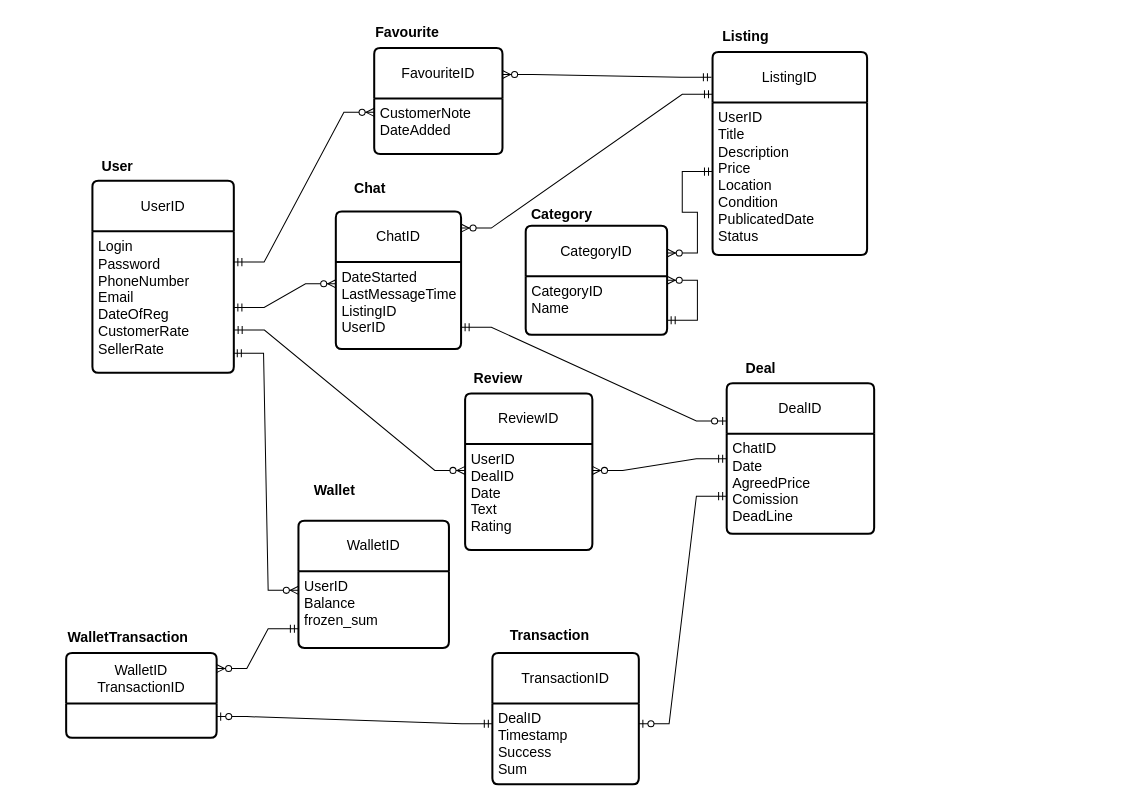
The draw.io diagram ER_diagram.drawio in ilmirbl4/Online_sales_service_db, before the edit. Source tidied: cells renumbered, new cells numbered last; positions are measured from the earlier drawing's top-left corner, leaving out a move shared by most shapes. Both pictures are drawn from the tidied source at 101%, with x=0, y=0 at pixel (56, 17).
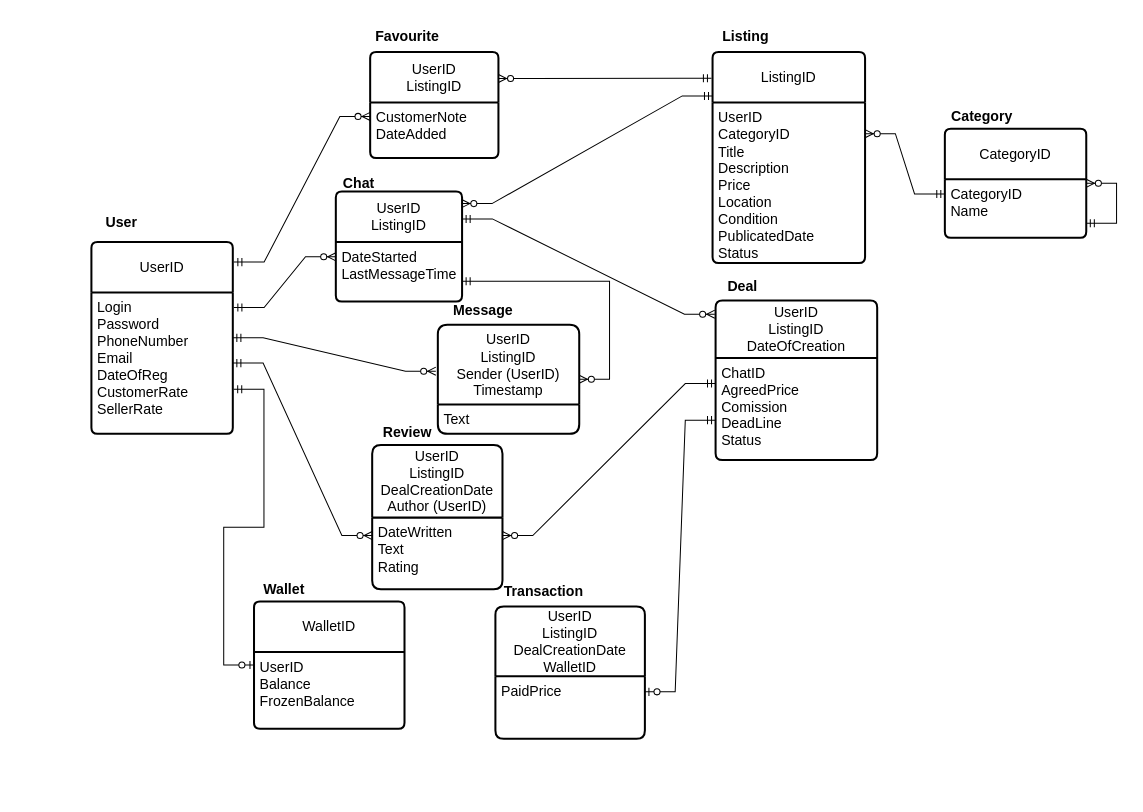
The same page after the edit.

Unchanged cells that the change refers to:
```xml
<mxCell id="3" value="&lt;font style=&quot;font-size: 14px;&quot;&gt;Login&lt;/font&gt;&lt;div&gt;&lt;font style=&quot;font-size: 14px;&quot;&gt;Password&lt;/font&gt;&lt;/div&gt;&lt;div&gt;&lt;font style=&quot;font-size: 14px;&quot;&gt;PhoneNumber&lt;/font&gt;&lt;/div&gt;&lt;div&gt;&lt;font style=&quot;font-size: 14px;&quot;&gt;Email&lt;/font&gt;&lt;/div&gt;&lt;div&gt;&lt;font style=&quot;font-size: 14px;&quot;&gt;DateOfReg&lt;/font&gt;&lt;/div&gt;&lt;div&gt;&lt;font style=&quot;font-size: 14px;&quot;&gt;CustomerRate&lt;/font&gt;&lt;/div&gt;&lt;div&gt;&lt;font style=&quot;font-size: 14px;&quot;&gt;SellerRate&lt;/font&gt;&lt;/div&gt;&lt;div&gt;&lt;br&gt;&lt;/div&gt;" style="align=left;strokeColor=none;fillColor=none;spacingLeft=4;spacingRight=4;fontSize=12;verticalAlign=top;html=1;whiteSpace=wrap;" parent="2" vertex="1">
  <mxGeometry y="50" width="140" height="140" as="geometry" />
</mxCell>
<mxCell id="41" value="&lt;span style=&quot;font-size: 14px;&quot;&gt;CategoryID&lt;/span&gt;&lt;div&gt;&lt;span style=&quot;font-size: 14px;&quot;&gt;Name&lt;/span&gt;&lt;/div&gt;" style="align=left;strokeColor=none;fillColor=none;spacingLeft=4;spacingRight=4;fontSize=12;verticalAlign=top;html=1;whiteSpace=wrap;" parent="40" vertex="1">
  <mxGeometry y="50" width="140" height="58" as="geometry" />
</mxCell>
```

Diff of the diagram source:
```diff
@@
     <mxCell id="2" value="UserID" style="swimlane;horizontal=1;startSize=50;rounded=1;fontSize=14;fontStyle=0;strokeWidth=2;shadow=0;dashed=0;align=center;arcSize=4;whiteSpace=wrap;html=1;" parent="1" vertex="1">
-      <mxGeometry x="36" y="161.5" width="140" height="190" as="geometry" />
+      <mxGeometry x="35" y="222" width="140" height="190" as="geometry" />
     </mxCell>
@@
     <mxCell id="4" value="&lt;b&gt;&lt;font style=&quot;font-size: 14px;&quot;&gt;User&lt;/font&gt;&lt;/b&gt;" style="text;html=1;whiteSpace=wrap;strokeColor=none;fillColor=none;align=center;verticalAlign=middle;rounded=0;" parent="1" vertex="1">
-      <mxGeometry x="31" y="131.5" width="60" height="30" as="geometry" />
+      <mxGeometry x="35" y="188" width="60" height="30" as="geometry" />
     </mxCell>
     <mxCell id="5" value="ListingID" style="swimlane;horizontal=1;startSize=50;rounded=1;fontSize=14;fontStyle=0;strokeWidth=2;shadow=0;dashed=0;align=center;arcSize=4;whiteSpace=wrap;html=1;" parent="1" vertex="1">
-      <mxGeometry x="650" y="34" width="153" height="201" as="geometry" />
+      <mxGeometry x="650" y="34" width="151" height="209" as="geometry" />
     </mxCell>
-    <mxCell id="6" value="&lt;font style=&quot;font-size: 14px;&quot;&gt;UserID&lt;/font&gt;&lt;div&gt;&lt;font style=&quot;font-size: 14px;&quot;&gt;Title&lt;/font&gt;&lt;/div&gt;&lt;div&gt;&lt;font style=&quot;font-size: 14px;&quot;&gt;Description&lt;/font&gt;&lt;/div&gt;&lt;div&gt;&lt;font style=&quot;font-size: 14px;&quot;&gt;Price&lt;/font&gt;&lt;/div&gt;&lt;div&gt;&lt;font style=&quot;font-size: 14px;&quot;&gt;Location&lt;/font&gt;&lt;/div&gt;&lt;div&gt;&lt;font style=&quot;font-size: 14px;&quot;&gt;Condition&lt;/font&gt;&lt;/div&gt;&lt;div&gt;&lt;font style=&quot;font-size: 14px;&quot;&gt;PublicatedDate&lt;/font&gt;&lt;/div&gt;&lt;div&gt;&lt;span style=&quot;font-size: 14px;&quot;&gt;Status&lt;/span&gt;&lt;/div&gt;" style="align=left;strokeColor=none;fillColor=none;spacingLeft=4;spacingRight=4;fontSize=12;verticalAlign=top;html=1;whiteSpace=wrap;" parent="5" vertex="1">
-      <mxGeometry y="50" width="153" height="151" as="geometry" />
+    <mxCell id="6" value="&lt;font style=&quot;font-size: 14px;&quot;&gt;UserID&lt;/font&gt;&lt;div&gt;&lt;span style=&quot;font-size: 14px;&quot;&gt;CategoryID&lt;br&gt;&lt;/span&gt;&lt;div&gt;&lt;font style=&quot;font-size: 14px;&quot;&gt;Title&lt;/font&gt;&lt;/div&gt;&lt;div&gt;&lt;font style=&quot;font-size: 14px;&quot;&gt;Description&lt;/font&gt;&lt;/div&gt;&lt;div&gt;&lt;font style=&quot;font-size: 14px;&quot;&gt;Price&lt;/font&gt;&lt;/div&gt;&lt;div&gt;&lt;font style=&quot;font-size: 14px;&quot;&gt;Location&lt;/font&gt;&lt;/div&gt;&lt;div&gt;&lt;font style=&quot;font-size: 14px;&quot;&gt;Condition&lt;/font&gt;&lt;/div&gt;&lt;div&gt;&lt;font style=&quot;font-size: 14px;&quot;&gt;PublicatedDate&lt;/font&gt;&lt;/div&gt;&lt;div&gt;&lt;span style=&quot;font-size: 14px;&quot;&gt;Status&lt;/span&gt;&lt;/div&gt;&lt;/div&gt;" style="align=left;strokeColor=none;fillColor=none;spacingLeft=4;spacingRight=4;fontSize=12;verticalAlign=top;html=1;whiteSpace=wrap;" parent="5" vertex="1">
+      <mxGeometry y="50" width="151" height="159" as="geometry" />
     </mxCell>
@@
-    <mxCell id="8" value="FavouriteID" style="swimlane;horizontal=1;startSize=50;rounded=1;fontSize=14;fontStyle=0;strokeWidth=2;shadow=0;dashed=0;align=center;arcSize=4;whiteSpace=wrap;html=1;" parent="1" vertex="1">
-      <mxGeometry x="315" y="30" width="127" height="105" as="geometry" />
+    <mxCell id="8" value="UserID&lt;div&gt;ListingID&lt;/div&gt;" style="swimlane;horizontal=1;startSize=50;rounded=1;fontSize=14;fontStyle=0;strokeWidth=2;shadow=0;dashed=0;align=center;arcSize=4;whiteSpace=wrap;html=1;" parent="1" vertex="1">
+      <mxGeometry x="311" y="34" width="127" height="105" as="geometry" />
     </mxCell>
@@
     <mxCell id="10" value="&lt;b&gt;&lt;font style=&quot;font-size: 14px;&quot;&gt;Favourite&lt;/font&gt;&lt;/b&gt;" style="text;html=1;whiteSpace=wrap;strokeColor=none;fillColor=none;align=center;verticalAlign=middle;rounded=0;" parent="1" vertex="1">
-      <mxGeometry x="318" width="60" height="30" as="geometry" />
+      <mxGeometry x="318" y="4" width="60" height="30" as="geometry" />
     </mxCell>
-    <mxCell id="11" value="ChatID" style="swimlane;horizontal=1;startSize=50;rounded=1;fontSize=14;fontStyle=0;strokeWidth=2;shadow=0;dashed=0;align=center;arcSize=4;whiteSpace=wrap;html=1;" parent="1" vertex="1">
-      <mxGeometry x="277" y="192" width="124" height="136" as="geometry" />
+    <mxCell id="11" value="UserID&lt;div&gt;ListingID&lt;/div&gt;" style="swimlane;horizontal=1;startSize=50;rounded=1;fontSize=14;fontStyle=0;strokeWidth=2;shadow=0;dashed=0;align=center;arcSize=4;whiteSpace=wrap;html=1;" parent="1" vertex="1">
+      <mxGeometry x="277" y="172" width="125" height="109" as="geometry" />
     </mxCell>
-    <mxCell id="12" value="&lt;span style=&quot;font-size: 14px;&quot;&gt;DateStarted&lt;/span&gt;&lt;div&gt;&lt;span style=&quot;font-size: 14px;&quot;&gt;LastMessageTime&lt;/span&gt;&lt;/div&gt;&lt;div&gt;&lt;span style=&quot;font-size: 14px;&quot;&gt;ListingID&lt;/span&gt;&lt;/div&gt;&lt;div&gt;&lt;span style=&quot;font-size: 14px;&quot;&gt;UserID&lt;/span&gt;&lt;/div&gt;" style="align=left;strokeColor=none;fillColor=none;spacingLeft=4;spacingRight=4;fontSize=12;verticalAlign=top;html=1;whiteSpace=wrap;" parent="11" vertex="1">
-      <mxGeometry y="50" width="124" height="86" as="geometry" />
+    <mxCell id="12" value="&lt;span style=&quot;font-size: 14px;&quot;&gt;DateStarted&lt;/span&gt;&lt;div&gt;&lt;span style=&quot;font-size: 14px;&quot;&gt;LastMessageTime&lt;/span&gt;&lt;/div&gt;&lt;div&gt;&lt;br&gt;&lt;/div&gt;" style="align=left;strokeColor=none;fillColor=none;spacingLeft=4;spacingRight=4;fontSize=12;verticalAlign=top;html=1;whiteSpace=wrap;" parent="11" vertex="1">
+      <mxGeometry y="50" width="125" height="59" as="geometry" />
     </mxCell>
     <mxCell id="13" value="&lt;b&gt;&lt;font style=&quot;font-size: 14px;&quot;&gt;Chat&lt;/font&gt;&lt;/b&gt;" style="text;html=1;whiteSpace=wrap;strokeColor=none;fillColor=none;align=center;verticalAlign=middle;rounded=0;" parent="1" vertex="1">
-      <mxGeometry x="281" y="154" width="60" height="30" as="geometry" />
+      <mxGeometry x="270" y="149" width="60" height="30" as="geometry" />
     </mxCell>
     <mxCell id="14" value="&lt;b&gt;&lt;font style=&quot;font-size: 14px;&quot;&gt;Deal&lt;/font&gt;&lt;/b&gt;" style="text;html=1;whiteSpace=wrap;strokeColor=none;fillColor=none;align=center;verticalAlign=middle;rounded=0;" parent="1" vertex="1">
-      <mxGeometry x="668" y="332" width="60" height="30" as="geometry" />
+      <mxGeometry x="650" y="251" width="60" height="30" as="geometry" />
     </mxCell>
-    <mxCell id="15" value="DealID" style="swimlane;horizontal=1;startSize=50;rounded=1;fontSize=14;fontStyle=0;strokeWidth=2;shadow=0;dashed=0;align=center;arcSize=4;whiteSpace=wrap;html=1;" parent="1" vertex="1">
-      <mxGeometry x="664" y="362" width="146" height="149" as="geometry" />
+    <mxCell id="15" value="UserID&lt;div&gt;ListingID&lt;/div&gt;&lt;div&gt;DateOfCreation&lt;/div&gt;" style="swimlane;horizontal=1;startSize=57;rounded=1;fontSize=14;fontStyle=0;strokeWidth=2;shadow=0;dashed=0;align=center;arcSize=4;whiteSpace=wrap;html=1;" parent="1" vertex="1">
+      <mxGeometry x="653" y="280" width="160" height="158" as="geometry" />
     </mxCell>
-    <mxCell id="16" value="&lt;div&gt;&lt;span style=&quot;font-size: 14px;&quot;&gt;ChatID&lt;/span&gt;&lt;/div&gt;&lt;span style=&quot;font-size: 14px;&quot;&gt;Date&lt;/span&gt;&lt;div&gt;&lt;span style=&quot;font-size: 14px; background-color: transparent; color: light-dark(rgb(0, 0, 0), rgb(255, 255, 255));&quot;&gt;AgreedPrice&lt;/span&gt;&lt;/div&gt;&lt;div&gt;&lt;span style=&quot;font-size: 14px; background-color: transparent; color: light-dark(rgb(0, 0, 0), rgb(255, 255, 255));&quot;&gt;Comission&lt;/span&gt;&lt;/div&gt;&lt;div&gt;&lt;span style=&quot;font-size: 14px;&quot;&gt;DeadLine&lt;/span&gt;&lt;/div&gt;" style="align=left;strokeColor=none;fillColor=none;spacingLeft=4;spacingRight=4;fontSize=12;verticalAlign=top;html=1;whiteSpace=wrap;" parent="15" vertex="1">
-      <mxGeometry y="50" width="146" height="99" as="geometry" />
+    <mxCell id="16" value="&lt;div&gt;&lt;span style=&quot;font-size: 14px;&quot;&gt;ChatID&lt;/span&gt;&lt;/div&gt;&lt;div&gt;&lt;span style=&quot;font-size: 14px; background-color: transparent; color: light-dark(rgb(0, 0, 0), rgb(255, 255, 255));&quot;&gt;AgreedPrice&lt;/span&gt;&lt;/div&gt;&lt;div&gt;&lt;span style=&quot;font-size: 14px; background-color: transparent; color: light-dark(rgb(0, 0, 0), rgb(255, 255, 255));&quot;&gt;Comission&lt;/span&gt;&lt;/div&gt;&lt;div&gt;&lt;span style=&quot;font-size: 14px; background-color: transparent; color: light-dark(rgb(0, 0, 0), rgb(255, 255, 255));&quot;&gt;DeadLine&lt;/span&gt;&lt;/div&gt;&lt;div&gt;&lt;span style=&quot;font-size: 14px;&quot;&gt;Status&lt;/span&gt;&lt;/div&gt;" style="align=left;strokeColor=none;fillColor=none;spacingLeft=4;spacingRight=4;fontSize=12;verticalAlign=top;html=1;whiteSpace=wrap;" parent="15" vertex="1">
+      <mxGeometry y="57" width="160" height="101" as="geometry" />
     </mxCell>
     <mxCell id="17" value="&lt;span style=&quot;font-size: 14px;&quot;&gt;&lt;b&gt;Transaction&lt;/b&gt;&lt;/span&gt;" style="text;html=1;whiteSpace=wrap;strokeColor=none;fillColor=none;align=center;verticalAlign=middle;rounded=0;" parent="1" vertex="1">
-      <mxGeometry x="459" y="597" width="60" height="30" as="geometry" />
+      <mxGeometry x="453" y="553" width="60" height="30" as="geometry" />
     </mxCell>
-    <mxCell id="18" value="TransactionID" style="swimlane;horizontal=1;startSize=50;rounded=1;fontSize=14;fontStyle=0;strokeWidth=2;shadow=0;dashed=0;align=center;arcSize=4;whiteSpace=wrap;html=1;" parent="1" vertex="1">
-      <mxGeometry x="432" y="629" width="145" height="130" as="geometry" />
+    <mxCell id="18" value="UserID&lt;div&gt;ListingID&lt;/div&gt;&lt;div&gt;DealCreationDate&lt;/div&gt;&lt;div&gt;WalletID&lt;/div&gt;" style="swimlane;horizontal=1;startSize=69;rounded=1;fontSize=14;fontStyle=0;strokeWidth=2;shadow=0;dashed=0;align=center;arcSize=4;whiteSpace=wrap;html=1;" parent="1" vertex="1">
+      <mxGeometry x="435" y="583" width="148" height="131" as="geometry" />
     </mxCell>
-    <mxCell id="19" value="&lt;div&gt;&lt;span style=&quot;font-size: 14px;&quot;&gt;DealID&lt;/span&gt;&lt;/div&gt;&lt;span style=&quot;font-size: 14px;&quot;&gt;Timestamp&lt;/span&gt;&lt;div&gt;&lt;span style=&quot;font-size: 14px;&quot;&gt;Success&lt;/span&gt;&lt;/div&gt;&lt;div&gt;&lt;span style=&quot;font-size: 14px;&quot;&gt;Sum&lt;/span&gt;&lt;/div&gt;&lt;div&gt;&lt;span style=&quot;font-size: 14px;&quot;&gt;&lt;br&gt;&lt;/span&gt;&lt;/div&gt;" style="align=left;strokeColor=none;fillColor=none;spacingLeft=4;spacingRight=4;fontSize=12;verticalAlign=top;html=1;whiteSpace=wrap;" parent="18" vertex="1">
-      <mxGeometry y="50" width="145" height="80" as="geometry" />
+    <mxCell id="19" value="&lt;font style=&quot;font-size: 14px;&quot;&gt;PaidPrice&lt;/font&gt;" style="align=left;strokeColor=none;fillColor=none;spacingLeft=4;spacingRight=4;fontSize=12;verticalAlign=top;html=1;whiteSpace=wrap;" parent="18" vertex="1">
+      <mxGeometry y="69" width="148" height="62" as="geometry" />
     </mxCell>
     <mxCell id="20" value="WalletID" style="swimlane;horizontal=1;startSize=50;rounded=1;fontSize=14;fontStyle=0;strokeWidth=2;shadow=0;dashed=0;align=center;arcSize=4;whiteSpace=wrap;html=1;" parent="1" vertex="1">
-      <mxGeometry x="240" y="498" width="149" height="126" as="geometry" />
+      <mxGeometry x="196" y="578" width="149" height="126" as="geometry" />
     </mxCell>
-    <mxCell id="21" value="&lt;span style=&quot;font-size: 14px;&quot;&gt;UserID&lt;/span&gt;&lt;div&gt;&lt;span style=&quot;font-size: 14px;&quot;&gt;Balance&lt;/span&gt;&lt;/div&gt;&lt;div&gt;&lt;span style=&quot;font-size: 14px;&quot;&gt;frozen_sum&lt;/span&gt;&lt;/div&gt;" style="align=left;strokeColor=none;fillColor=none;spacingLeft=4;spacingRight=4;fontSize=12;verticalAlign=top;html=1;whiteSpace=wrap;" parent="20" vertex="1">
+    <mxCell id="21" value="&lt;span style=&quot;font-size: 14px;&quot;&gt;UserID&lt;/span&gt;&lt;div&gt;&lt;span style=&quot;font-size: 14px;&quot;&gt;Balance&lt;/span&gt;&lt;/div&gt;&lt;div&gt;&lt;span style=&quot;font-size: 14px;&quot;&gt;FrozenBalance&lt;/span&gt;&lt;/div&gt;" style="align=left;strokeColor=none;fillColor=none;spacingLeft=4;spacingRight=4;fontSize=12;verticalAlign=top;html=1;whiteSpace=wrap;" parent="20" vertex="1">
       <mxGeometry y="50" width="149" height="76" as="geometry" />
     </mxCell>
     <mxCell id="22" value="&lt;font style=&quot;font-size: 14px;&quot;&gt;&lt;b&gt;Wallet&lt;/b&gt;&lt;/font&gt;" style="text;html=1;whiteSpace=wrap;strokeColor=none;fillColor=none;align=center;verticalAlign=middle;rounded=0;" parent="1" vertex="1">
-      <mxGeometry x="246" y="453" width="60" height="30" as="geometry" />
+      <mxGeometry x="196" y="551" width="60" height="30" as="geometry" />
     </mxCell>
-    <mxCell id="23" value="ReviewID" style="swimlane;horizontal=1;startSize=50;rounded=1;fontSize=14;fontStyle=0;strokeWidth=2;shadow=0;dashed=0;align=center;arcSize=4;whiteSpace=wrap;html=1;" parent="1" vertex="1">
-      <mxGeometry x="405" y="372" width="126" height="155" as="geometry" />
+    <mxCell id="23" value="UserID&lt;div&gt;ListingID&lt;/div&gt;&lt;div&gt;DealCreationDate&lt;/div&gt;&lt;div&gt;Author (UserID)&lt;/div&gt;" style="swimlane;horizontal=1;startSize=72;rounded=1;fontSize=14;fontStyle=0;strokeWidth=2;shadow=0;dashed=0;align=center;arcSize=4;whiteSpace=wrap;html=1;" parent="1" vertex="1">
+      <mxGeometry x="313" y="423" width="129" height="143" as="geometry" />
     </mxCell>
-    <mxCell id="24" value="&lt;span style=&quot;font-size: 14px;&quot;&gt;UserID&lt;/span&gt;&lt;div&gt;&lt;span style=&quot;font-size: 14px;&quot;&gt;DealID&lt;/span&gt;&lt;/div&gt;&lt;div&gt;&lt;span style=&quot;font-size: 14px;&quot;&gt;Date&lt;/span&gt;&lt;/div&gt;&lt;div&gt;&lt;span style=&quot;font-size: 14px;&quot;&gt;Text&lt;/span&gt;&lt;/div&gt;&lt;div&gt;&lt;span style=&quot;font-size: 14px;&quot;&gt;Rating&lt;/span&gt;&lt;/div&gt;" style="align=left;strokeColor=none;fillColor=none;spacingLeft=4;spacingRight=4;fontSize=12;verticalAlign=top;html=1;whiteSpace=wrap;" parent="23" vertex="1">
-      <mxGeometry y="50" width="126" height="105" as="geometry" />
+    <mxCell id="24" value="&lt;div&gt;&lt;span style=&quot;font-size: 14px;&quot;&gt;DateWritten&lt;/span&gt;&lt;/div&gt;&lt;div&gt;&lt;span style=&quot;font-size: 14px;&quot;&gt;Text&lt;/span&gt;&lt;/div&gt;&lt;div&gt;&lt;span style=&quot;font-size: 14px;&quot;&gt;Rating&lt;/span&gt;&lt;/div&gt;" style="align=left;strokeColor=none;fillColor=none;spacingLeft=4;spacingRight=4;fontSize=12;verticalAlign=top;html=1;whiteSpace=wrap;" parent="23" vertex="1">
+      <mxGeometry y="72" width="129" height="71" as="geometry" />
     </mxCell>
     <mxCell id="25" value="&lt;font style=&quot;font-size: 14px;&quot;&gt;&lt;b&gt;Review&lt;/b&gt;&lt;/font&gt;" style="text;html=1;whiteSpace=wrap;strokeColor=none;fillColor=none;align=center;verticalAlign=middle;rounded=0;" parent="1" vertex="1">
-      <mxGeometry x="408" y="342" width="60" height="30" as="geometry" />
+      <mxGeometry x="318" y="396" width="60" height="30" as="geometry" />
     </mxCell>
@@
-    <mxCell id="29" style="edgeStyle=entityRelationEdgeStyle;fontSize=12;html=1;endArrow=ERzeroToMany;startArrow=ERmandOne;rounded=0;entryX=0;entryY=0.25;entryDx=0;entryDy=0;exitX=0.996;exitY=0.863;exitDx=0;exitDy=0;exitPerimeter=0;" parent="1" edge="1" source="3" target="21">
-      <mxGeometry relative="1" as="geometry" />
-    </mxCell>
@@
-    <mxCell id="31" style="edgeStyle=entityRelationEdgeStyle;fontSize=12;html=1;endArrow=ERzeroToMany;startArrow=ERmandOne;rounded=0;exitX=0;exitY=0.208;exitDx=0;exitDy=0;entryX=0.999;entryY=0.12;entryDx=0;entryDy=0;exitPerimeter=0;entryPerimeter=0;" parent="1" edge="1" source="5" target="11">
+    <mxCell id="31" style="edgeStyle=entityRelationEdgeStyle;fontSize=12;html=1;endArrow=ERzeroToMany;startArrow=ERmandOne;rounded=0;exitX=0;exitY=0.208;exitDx=0;exitDy=0;entryX=0.997;entryY=0.111;entryDx=0;entryDy=0;exitPerimeter=0;entryPerimeter=0;" parent="1" edge="1" source="5" target="11">
       <mxGeometry relative="1" as="geometry" />
     </mxCell>
-    <mxCell id="32" style="edgeStyle=entityRelationEdgeStyle;fontSize=12;html=1;endArrow=ERzeroToOne;startArrow=ERmandOne;rounded=0;exitX=1;exitY=0.75;exitDx=0;exitDy=0;entryX=0;entryY=0.25;entryDx=0;entryDy=0;" parent="1" edge="1" source="12" target="15">
-      <mxGeometry relative="1" as="geometry" />
-    </mxCell>
@@
-    <mxCell id="34" value="WalletID&lt;div&gt;TransactionID&lt;/div&gt;" style="swimlane;horizontal=1;startSize=50;rounded=1;fontSize=14;fontStyle=0;strokeWidth=2;shadow=0;dashed=0;align=center;arcSize=4;whiteSpace=wrap;html=1;" parent="1" vertex="1">
-      <mxGeometry x="10" y="629" width="149" height="84" as="geometry" />
-    </mxCell>
-    <mxCell id="35" value="&lt;span style=&quot;font-size: 14px;&quot;&gt;&lt;b&gt;WalletTransaction&lt;/b&gt;&lt;/span&gt;" style="text;html=1;whiteSpace=wrap;strokeColor=none;fillColor=none;align=center;verticalAlign=middle;rounded=0;" parent="1" vertex="1">
-      <mxGeometry x="36" y="599" width="71" height="30" as="geometry" />
-    </mxCell>
-    <mxCell id="36" style="edgeStyle=entityRelationEdgeStyle;fontSize=12;html=1;endArrow=ERzeroToMany;startArrow=ERmandOne;rounded=0;entryX=0;entryY=0.25;entryDx=0;entryDy=0;exitX=1.002;exitY=0.698;exitDx=0;exitDy=0;exitPerimeter=0;" parent="1" edge="1" source="3" target="24">
-      <mxGeometry relative="1" as="geometry" />
-    </mxCell>
@@
-    <mxCell id="38" style="edgeStyle=entityRelationEdgeStyle;fontSize=12;html=1;endArrow=ERzeroToMany;startArrow=ERmandOne;rounded=0;exitX=0;exitY=0.75;exitDx=0;exitDy=0;entryX=0.999;entryY=0.184;entryDx=0;entryDy=0;entryPerimeter=0;" parent="1" edge="1" source="21" target="34">
-      <mxGeometry relative="1" as="geometry" />
-    </mxCell>
-    <mxCell id="39" style="edgeStyle=entityRelationEdgeStyle;fontSize=12;html=1;endArrow=ERzeroToOne;startArrow=ERmandOne;rounded=0;exitX=0;exitY=0.25;exitDx=0;exitDy=0;entryX=1;entryY=0.75;entryDx=0;entryDy=0;" parent="1" edge="1" source="19" target="34">
-      <mxGeometry relative="1" as="geometry" />
-    </mxCell>
     <mxCell id="40" value="CategoryID" style="swimlane;horizontal=1;startSize=50;rounded=1;fontSize=14;fontStyle=0;strokeWidth=2;shadow=0;dashed=0;align=center;arcSize=4;whiteSpace=wrap;html=1;" parent="1" vertex="1">
-      <mxGeometry x="465" y="206" width="140" height="108" as="geometry" />
+      <mxGeometry x="880" y="110" width="140" height="108" as="geometry" />
     </mxCell>
@@
     <mxCell id="43" value="&lt;b&gt;&lt;font style=&quot;font-size: 14px;&quot;&gt;Category&lt;/font&gt;&lt;/b&gt;" style="text;html=1;whiteSpace=wrap;strokeColor=none;fillColor=none;align=center;verticalAlign=middle;rounded=0;" parent="1" vertex="1">
-      <mxGeometry x="471" y="180" width="60" height="30" as="geometry" />
+      <mxGeometry x="887" y="83" width="60" height="30" as="geometry" />
     </mxCell>
-    <mxCell id="44" style="edgeStyle=entityRelationEdgeStyle;fontSize=12;html=1;endArrow=ERzeroToMany;startArrow=ERmandOne;rounded=0;exitX=0;exitY=0.453;exitDx=0;exitDy=0;entryX=1;entryY=0.25;entryDx=0;entryDy=0;exitPerimeter=0;" parent="1" edge="1" source="6" target="40">
-      <mxGeometry relative="1" as="geometry" />
-    </mxCell>
+    <mxCell id="45" style="edgeStyle=entityRelationEdgeStyle;fontSize=12;html=1;endArrow=ERzeroToMany;startArrow=ERmandOne;rounded=0;exitX=1;exitY=0.25;exitDx=0;exitDy=0;entryX=-0.005;entryY=0.086;entryDx=0;entryDy=0;entryPerimeter=0;" parent="1" edge="1" source="11" target="15">
+      <mxGeometry relative="1" as="geometry" />
+    </mxCell>
+    <mxCell id="46" style="edgeStyle=entityRelationEdgeStyle;fontSize=12;html=1;endArrow=ERzeroToOne;startArrow=ERmandOne;rounded=0;exitX=1.006;exitY=0.685;exitDx=0;exitDy=0;exitPerimeter=0;entryX=0;entryY=0.5;entryDx=0;entryDy=0;" parent="1" edge="1" source="3" target="20">
+      <mxGeometry relative="1" as="geometry" />
+    </mxCell>
+    <mxCell id="36" style="edgeStyle=entityRelationEdgeStyle;fontSize=12;html=1;endArrow=ERzeroToMany;startArrow=ERmandOne;rounded=0;exitX=1;exitY=0.5;exitDx=0;exitDy=0;entryX=0;entryY=0.25;entryDx=0;entryDy=0;" parent="1" edge="1" source="3" target="24">
+      <mxGeometry relative="1" as="geometry" />
+    </mxCell>
+    <mxCell id="47" style="edgeStyle=entityRelationEdgeStyle;fontSize=12;html=1;endArrow=ERzeroToMany;startArrow=ERmandOne;rounded=0;exitX=0;exitY=0.25;exitDx=0;exitDy=0;entryX=1;entryY=0.194;entryDx=0;entryDy=0;entryPerimeter=0;" parent="1" edge="1" source="41" target="6">
+      <mxGeometry relative="1" as="geometry" />
+    </mxCell>
+    <mxCell id="48" value="UserID&lt;div&gt;ListingID&lt;/div&gt;&lt;div&gt;Sender (UserID)&lt;/div&gt;&lt;div&gt;Timestamp&lt;/div&gt;" style="swimlane;horizontal=1;startSize=79;rounded=1;fontSize=14;fontStyle=0;strokeWidth=2;shadow=0;dashed=0;align=center;arcSize=4;whiteSpace=wrap;html=1;" parent="1" vertex="1">
+      <mxGeometry x="378" y="304" width="140" height="108" as="geometry" />
+    </mxCell>
+    <mxCell id="49" value="&lt;span style=&quot;font-size: 14px;&quot;&gt;Text&lt;/span&gt;" style="align=left;strokeColor=none;fillColor=none;spacingLeft=4;spacingRight=4;fontSize=12;verticalAlign=top;html=1;whiteSpace=wrap;" parent="48" vertex="1">
+      <mxGeometry y="79" width="140" height="29" as="geometry" />
+    </mxCell>
+    <mxCell id="50" value="&lt;b&gt;&lt;font style=&quot;font-size: 14px;&quot;&gt;Message&lt;/font&gt;&lt;/b&gt;" style="text;html=1;whiteSpace=wrap;strokeColor=none;fillColor=none;align=center;verticalAlign=middle;rounded=0;" parent="1" vertex="1">
+      <mxGeometry x="393" y="275" width="60" height="30" as="geometry" />
+    </mxCell>
+    <mxCell id="51" style="edgeStyle=entityRelationEdgeStyle;fontSize=12;html=1;endArrow=ERzeroToMany;startArrow=ERmandOne;rounded=0;" parent="1" edge="1" target="48">
+      <mxGeometry relative="1" as="geometry">
+        <mxPoint x="402" y="261" as="sourcePoint" />
+      </mxGeometry>
+    </mxCell>
+    <mxCell id="52" style="edgeStyle=entityRelationEdgeStyle;fontSize=12;html=1;endArrow=ERzeroToMany;startArrow=ERmandOne;rounded=0;exitX=1;exitY=0.5;exitDx=0;exitDy=0;" parent="1" edge="1" source="2">
+      <mxGeometry relative="1" as="geometry">
+        <mxPoint x="376" y="350" as="targetPoint" />
+      </mxGeometry>
+    </mxCell>
```
